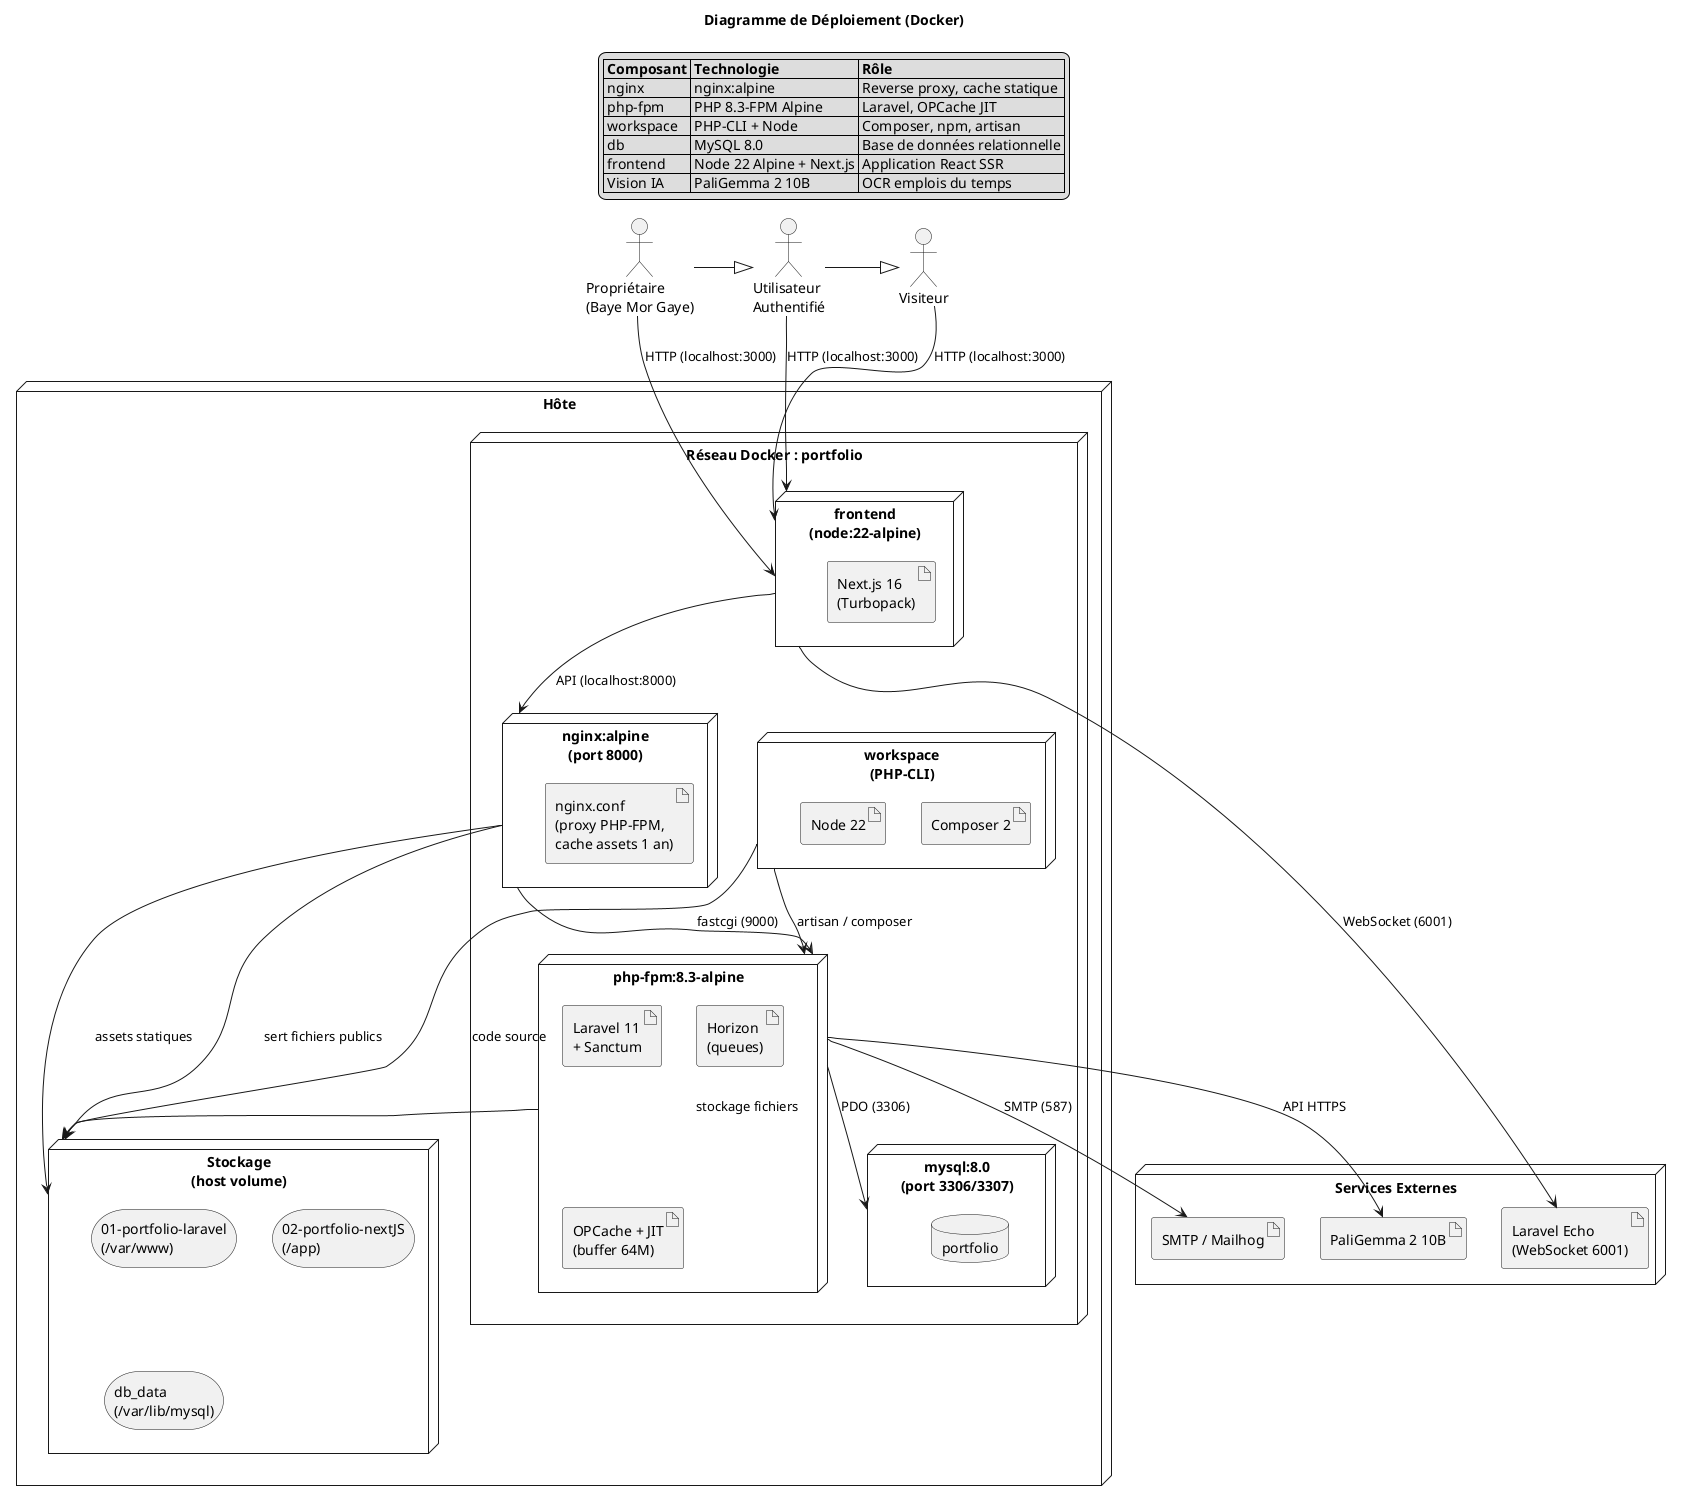
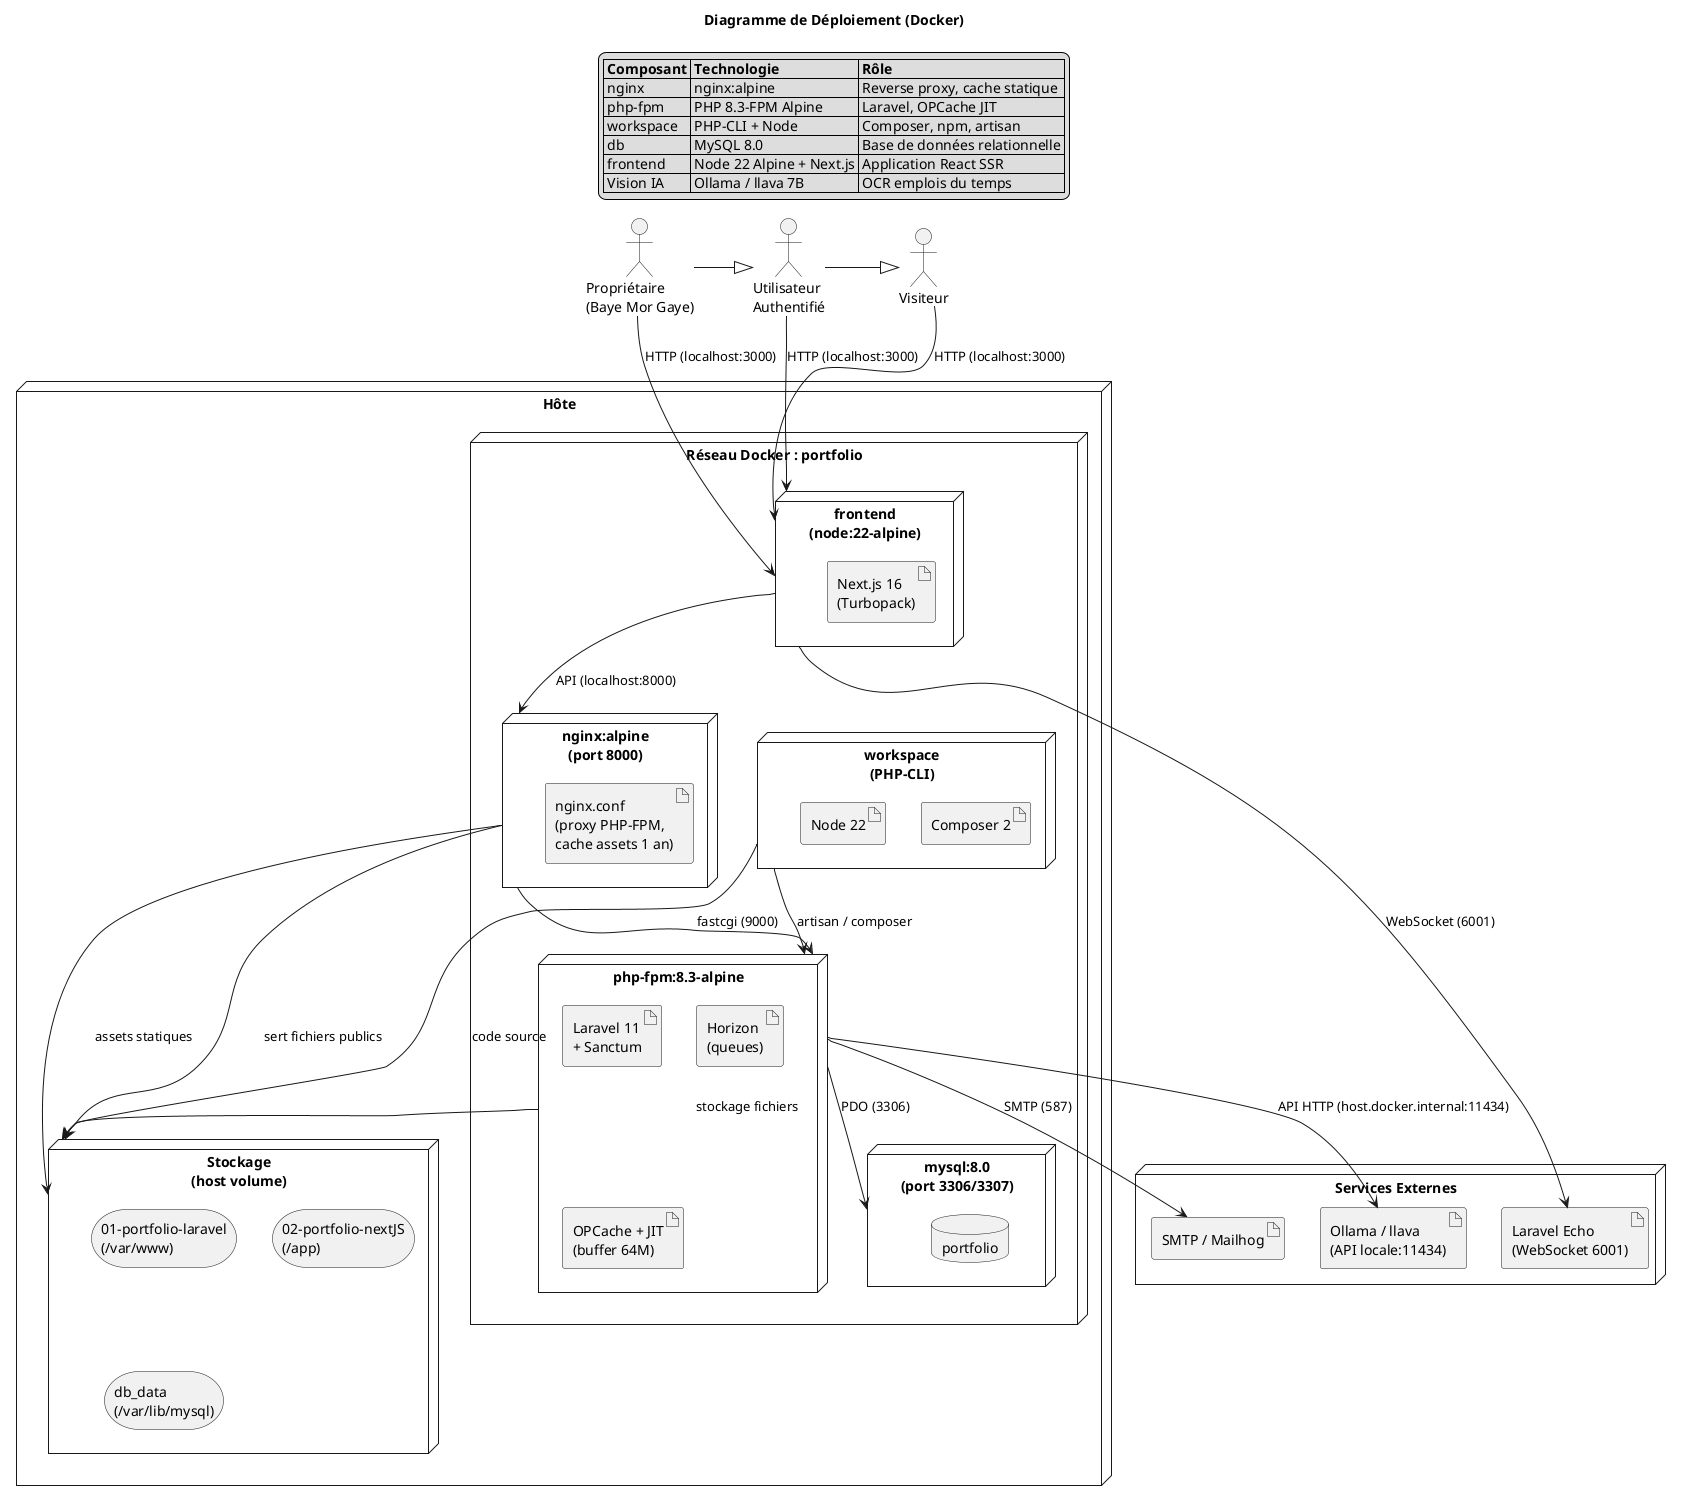
@startuml
title Diagramme de Déploiement (Docker)

skinparam componentStyle rectangle

actor Visiteur as Visiteur
actor "Utilisateur\nAuthentifié" as User
actor "Propriétaire\n(Baye Mor Gaye)" as Proprietaire

User -|> Visiteur
Proprietaire -|> User

node "Hôte" as Host {
  node "Réseau Docker : portfolio" as DockerNet {
    node "nginx:alpine\n(port 8000)" as NginxC {
      artifact "nginx.conf\n(proxy PHP-FPM,\ncache assets 1 an)" as NginxConf
    }

    node "php-fpm:8.3-alpine" as PHPC {
      artifact "Laravel 11\n+ Sanctum" as Laravel
      artifact "Horizon\n(queues)" as Horizon
      artifact "OPCache + JIT\n(buffer 64M)" as OPCache
    }

    node "workspace\n(PHP-CLI)" as WSC {
      artifact "Composer 2" as Composer
      artifact "Node 22" as NodeJS
    }

    node "mysql:8.0\n(port 3306/3307)" as DBC {
      database "portfolio" as MySQL
    }

    node "frontend\n(node:22-alpine)" as FrontC {
      artifact "Next.js 16\n(Turbopack)" as NextJS
    }
  }

  node "Stockage\n(host volume)" as Volumes {
    storage "01-portfolio-laravel\n(/var/www)" as LaravelVol
    storage "02-portfolio-nextJS\n(/app)" as FrontendVol
    storage "db_data\n(/var/lib/mysql)" as DBVol
  }
}

node "Services Externes" as Services {
  artifact "SMTP / Mailhog" as Mail
-   artifact "PaliGemma 2 10B" as PaliGemma
+   artifact "Ollama / llava\n(API locale:11434)" as Ollama
  artifact "Laravel Echo\n(WebSocket 6001)" as Echo
}

' === Communications ===
Visiteur --> FrontC : HTTP (localhost:3000)
User --> FrontC : HTTP (localhost:3000)
Proprietaire --> FrontC : HTTP (localhost:3000)

FrontC --> NginxC : API (localhost:8000)
NginxC --> PHPC : fastcgi (9000)
NginxC --> Volumes : assets statiques

PHPC --> DBC : PDO (3306)
PHPC --> Volumes : stockage fichiers
- PHPC --> PaliGemma : API HTTPS
+ PHPC --> Ollama : API HTTP (host.docker.internal:11434)
PHPC --> Mail : SMTP (587)

WSC --> PHPC : artisan / composer
WSC --> Volumes : code source

NginxC --> Volumes : sert fichiers publics

FrontC --> Echo : WebSocket (6001)

legend top
  |= Composant |= Technologie |= Rôle |
  | nginx | nginx:alpine | Reverse proxy, cache statique |
  | php-fpm | PHP 8.3-FPM Alpine | Laravel, OPCache JIT |
  | workspace | PHP-CLI + Node | Composer, npm, artisan |
  | db | MySQL 8.0 | Base de données relationnelle |
  | frontend | Node 22 Alpine + Next.js | Application React SSR |
-   | Vision IA | PaliGemma 2 10B | OCR emplois du temps |
+   | Vision IA | Ollama / llava 7B | OCR emplois du temps |
end legend

@enduml
